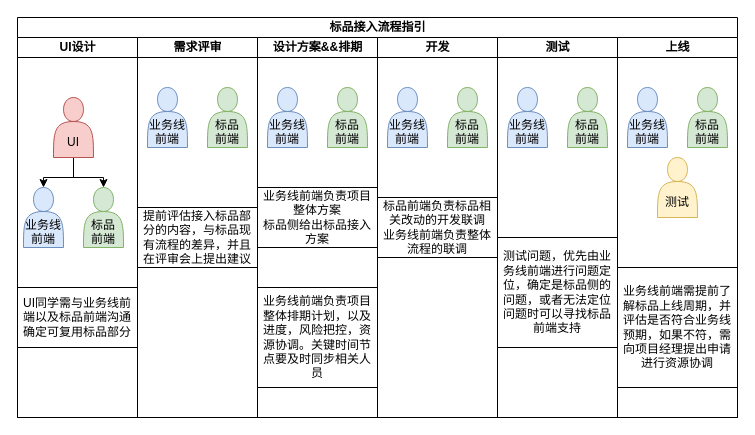
Earlier version of the draw.io diagram 标品接入流程规范.drawio (senyawang/drawio). Source tidied: cells renumbered, new cells numbered last; positions are measured from the earlier drawing's top-left corner, leaving out a move shared by most shapes. Both pictures are drawn from the tidied source at 100%, with x=0, y=0 at pixel (17, 17).
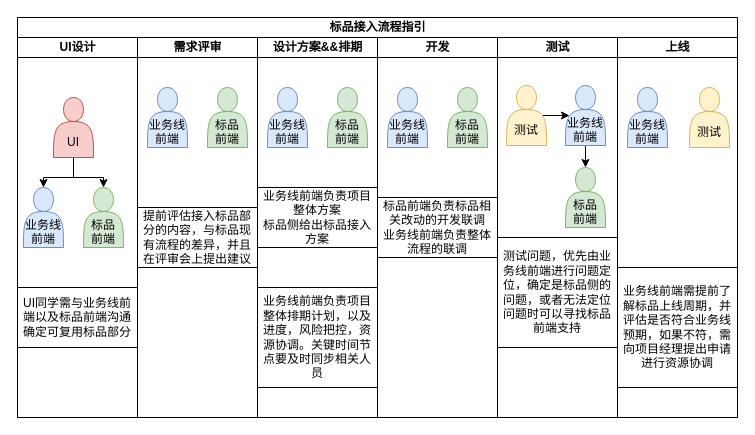
The same page after the edit.

Commit message:
更新标品接入流程规范.drawio

The change refers to these unchanged cells:
```xml
<mxCell id="23" value="测试" style="swimlane;startSize=20;html=1;" parent="2" vertex="1">
  <mxGeometry x="480" y="20" width="120" height="380" as="geometry" />
</mxCell>
<mxCell id="27" value="上线" style="swimlane;startSize=20;html=1;" parent="2" vertex="1">
  <mxGeometry x="600" y="20" width="120" height="380" as="geometry" />
</mxCell>
```

The edit, as a diff of the source:
```diff
@@
+    <mxCell id="32" style="edgeStyle=orthogonalEdgeStyle;rounded=0;jettySize=auto;html=1;exitX=0.5;exitY=1;exitDx=0;exitDy=0;" parent="23" edge="1" source="24" target="25">
+      <mxGeometry relative="1" as="geometry" />
+    </mxCell>
     <mxCell id="24" value="&lt;br&gt;&lt;br&gt;业务线前端" style="shape=actor;whiteSpace=wrap;html=1;fillColor=#dae8fc;strokeColor=#6c8ebf;" parent="23" vertex="1">
-      <mxGeometry x="10" y="50" width="40" height="60" as="geometry" />
+      <mxGeometry x="68" y="48" width="40" height="60" as="geometry" />
     </mxCell>
     <mxCell id="25" value="&lt;br&gt;&lt;br&gt;标品&lt;br&gt;前端" style="shape=actor;whiteSpace=wrap;html=1;fillColor=#d5e8d4;strokeColor=#82b366;" parent="23" vertex="1">
-      <mxGeometry x="70" y="50" width="40" height="60" as="geometry" />
+      <mxGeometry x="68" y="130" width="40" height="60" as="geometry" />
     </mxCell>
@@
+    <mxCell id="33" style="edgeStyle=orthogonalEdgeStyle;rounded=0;jettySize=auto;html=1;exitX=0.9;exitY=0.5;exitDx=0;exitDy=0;exitPerimeter=0;entryX=0.1;entryY=0.5;entryDx=0;entryDy=0;entryPerimeter=0;" parent="23" edge="1" source="34" target="24">
+      <mxGeometry relative="1" as="geometry" />
+    </mxCell>
+    <mxCell id="34" value="&lt;br&gt;&lt;br&gt;测试" style="shape=actor;whiteSpace=wrap;html=1;fillColor=#fff2cc;strokeColor=#d6b656;" parent="23" vertex="1">
+      <mxGeometry x="9" y="48" width="40" height="60" as="geometry" />
+    </mxCell>
@@
-    <mxCell id="29" value="&lt;br&gt;&lt;br&gt;标品&lt;br&gt;前端" style="shape=actor;whiteSpace=wrap;html=1;fillColor=#d5e8d4;strokeColor=#82b366;" parent="27" vertex="1">
-      <mxGeometry x="70" y="50" width="40" height="60" as="geometry" />
-    </mxCell>
     <mxCell id="30" value="&lt;br&gt;&lt;br&gt;测试" style="shape=actor;whiteSpace=wrap;html=1;fillColor=#fff2cc;strokeColor=#d6b656;" parent="27" vertex="1">
-      <mxGeometry x="40" y="120" width="40" height="60" as="geometry" />
+      <mxGeometry x="72" y="50" width="40" height="60" as="geometry" />
     </mxCell>
```
